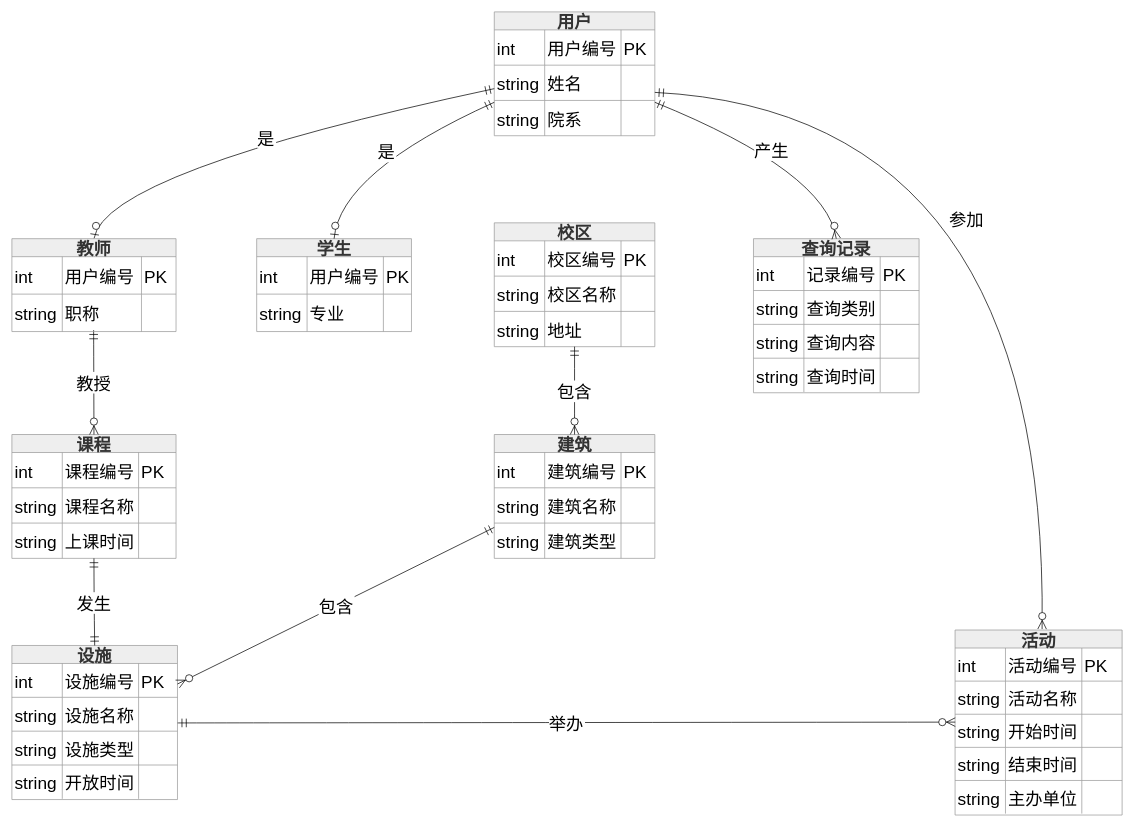
Above: design/ER.drawio in Nianle-Li/fudan-campus-qa-system (draw.io), before the change. Source tidied: cells renumbered, new cells numbered last; positions are measured from the earlier drawing's top-left corner, leaving out a move shared by most shapes. Both pictures are drawn from the tidied source at 72%, with x=0, y=0 at pixel (12, 12).
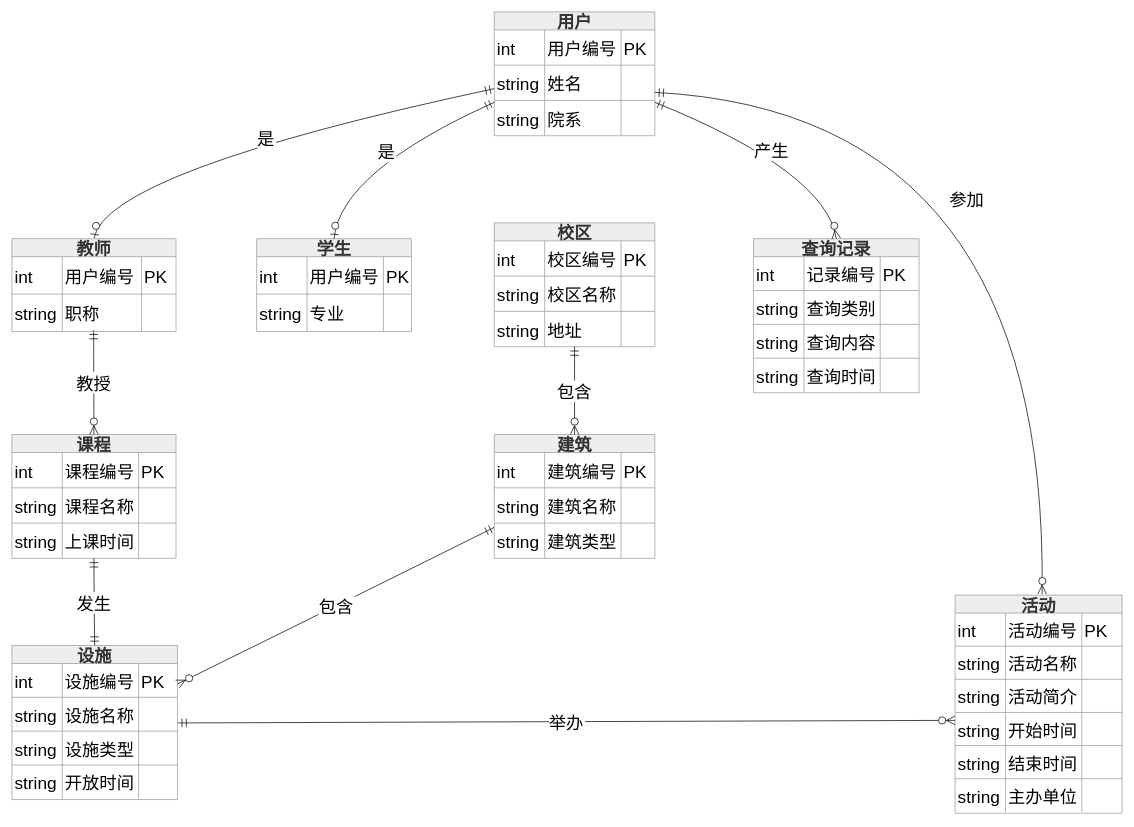
After the change.

Commit message (it also covers changes not shown here):
修正了历史遗留的问题，更新了ER图和相关文档。

The change refers to these unchanged cells:
```xml
<mxCell id="55" style="shape=tableRow;horizontal=0;startSize=0;swimlaneHead=0;swimlaneBody=0;fillColor=none;points=[[0,0.5],[1,0.5]];portConstraint=eastwest;top=0;left=0;right=0;bottom=0;fontSize=24;" parent="50" vertex="1">
  <mxGeometry y="72" width="230" height="47" as="geometry" />
</mxCell>
```

Change to the diagram source:
```diff
@@
     <mxCell id="80" value="活动" style="shape=table;startSize=25;childLayout=tableLayout;rowLines=1;fontStyle=1;align=center;fillColor=light-dark(#eeeeee,#1f2020);strokeColor=light-dark(#999999,#cccccc);fontColor=light-dark(#333333,#cccccc);fontSize=24;" parent="1" vertex="1">
-      <mxGeometry x="1310" y="858.5" width="232" height="257" as="geometry" />
+      <mxGeometry x="1310" y="810" width="232" height="303" as="geometry" />
     </mxCell>
@@
+    <mxCell id="136" style="shape=tableRow;horizontal=0;startSize=0;swimlaneHead=0;swimlaneBody=0;fillColor=none;top=0;left=0;right=0;bottom=0;fontSize=24;" parent="80" vertex="1">
+      <mxGeometry y="117" width="232" height="46" as="geometry" />
+    </mxCell>
+    <mxCell id="137" value="string" style="shape=partialRectangle;fillColor=none;top=0;left=0;bottom=0;right=0;align=left;spacingLeft=2;overflow=hidden;fontSize=24;" parent="136" vertex="1">
+      <mxGeometry width="70" height="46" as="geometry" />
+    </mxCell>
+    <mxCell id="138" value="活动简介" style="shape=partialRectangle;fillColor=none;top=0;left=0;bottom=0;right=0;align=left;spacingLeft=2;overflow=hidden;fontSize=24;" parent="136" vertex="1">
+      <mxGeometry x="70" width="106" height="46" as="geometry" />
+    </mxCell>
+    <mxCell id="139" style="shape=partialRectangle;fillColor=none;top=0;left=0;bottom=0;right=0;align=left;spacingLeft=2;overflow=hidden;fontSize=24;" parent="136" vertex="1">
+      <mxGeometry x="176" width="56" height="46" as="geometry" />
+    </mxCell>
     <mxCell id="89" style="shape=tableRow;horizontal=0;startSize=0;swimlaneHead=0;swimlaneBody=0;fillColor=none;points=[[0,0.5],[1,0.5]];portConstraint=eastwest;top=0;left=0;right=0;bottom=0;fontSize=24;" parent="80" vertex="1">
-      <mxGeometry y="117" width="232" height="46" as="geometry" />
+      <mxGeometry y="163" width="232" height="46" as="geometry" />
     </mxCell>
@@
     <mxCell id="93" style="shape=tableRow;horizontal=0;startSize=0;swimlaneHead=0;swimlaneBody=0;fillColor=none;top=0;left=0;right=0;bottom=0;fontSize=24;" parent="80" vertex="1">
-      <mxGeometry y="163" width="232" height="46" as="geometry" />
+      <mxGeometry y="209" width="232" height="46" as="geometry" />
     </mxCell>
@@
     <mxCell id="97" style="shape=tableRow;horizontal=0;startSize=0;swimlaneHead=0;swimlaneBody=0;fillColor=none;top=0;left=0;right=0;bottom=0;fontSize=24;" parent="80" vertex="1">
-      <mxGeometry y="209" width="232" height="46" as="geometry" />
+      <mxGeometry y="255" width="232" height="46" as="geometry" />
     </mxCell>
@@
-    <mxCell id="123" value="举办" style="curved=1;startArrow=ERmandOne;startSize=10;endArrow=ERzeroToMany;endSize=10;fontSize=24;exitX=1.001;exitY=0.757;exitDx=0;exitDy=0;exitPerimeter=0;entryX=0.001;entryY=0.238;entryDx=0;entryDy=0;entryPerimeter=0;" parent="1" edge="1" source="55" target="89">
-      <mxGeometry relative="1" as="geometry" />
+    <mxCell id="123" value="举办" style="curved=1;startArrow=ERmandOne;startSize=10;endArrow=ERzeroToMany;endSize=10;fontSize=24;exitX=1.001;exitY=0.757;exitDx=0;exitDy=0;exitPerimeter=0;" parent="1" edge="1" source="55">
+      <mxGeometry relative="1" as="geometry">
+        <mxPoint x="1310" y="984" as="targetPoint" />
+      </mxGeometry>
     </mxCell>
```
